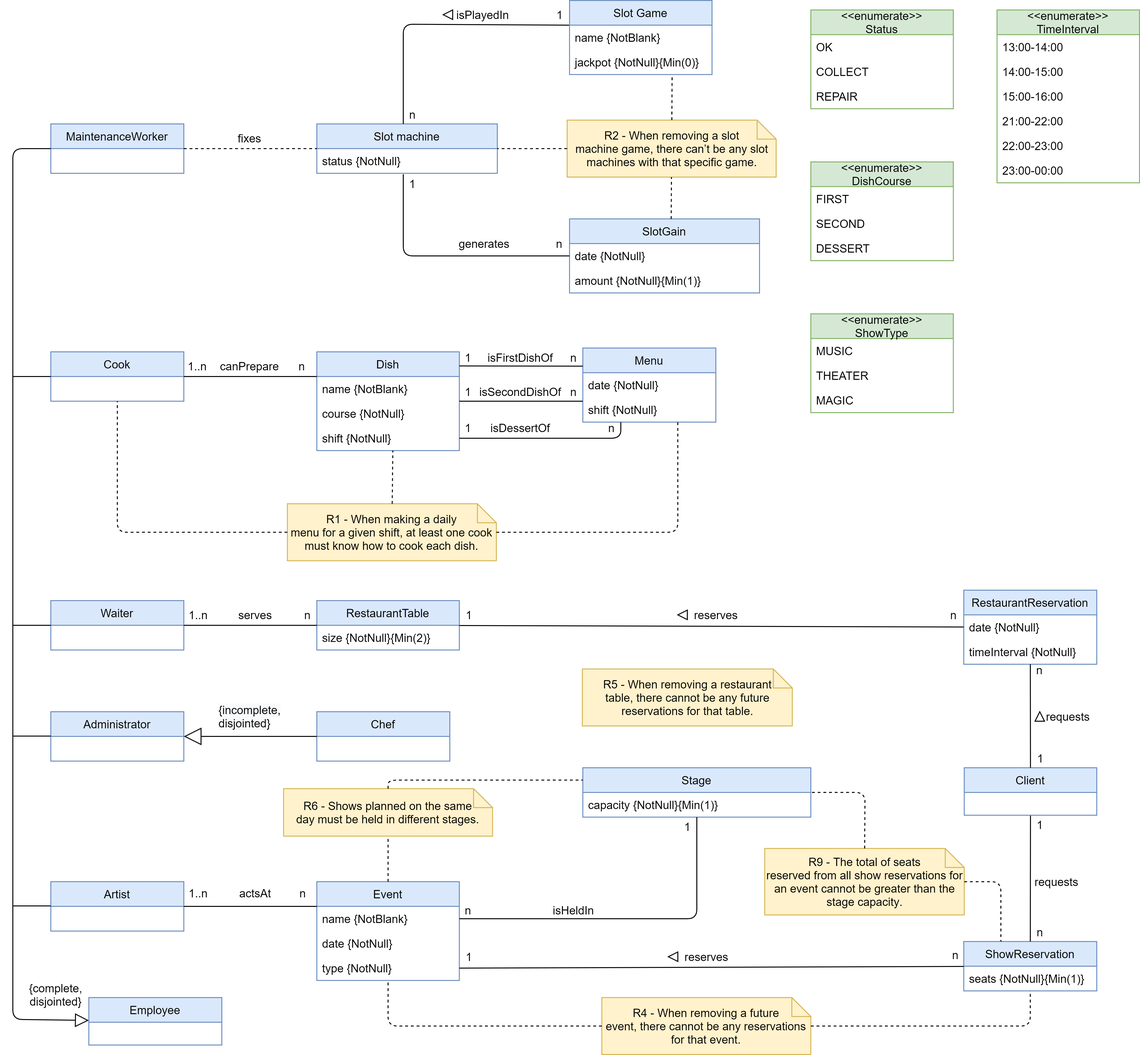
Earlier version of the draw.io export uml/Conceptual Model-V2-Restaurante,Slots,Shows.png (gii-is-DP1/dp1-2020-g1-07). Source tidied: cells renumbered, new cells last; positions are measured from the earlier drawing's top-left corner, leaving out a move shared by most shapes.
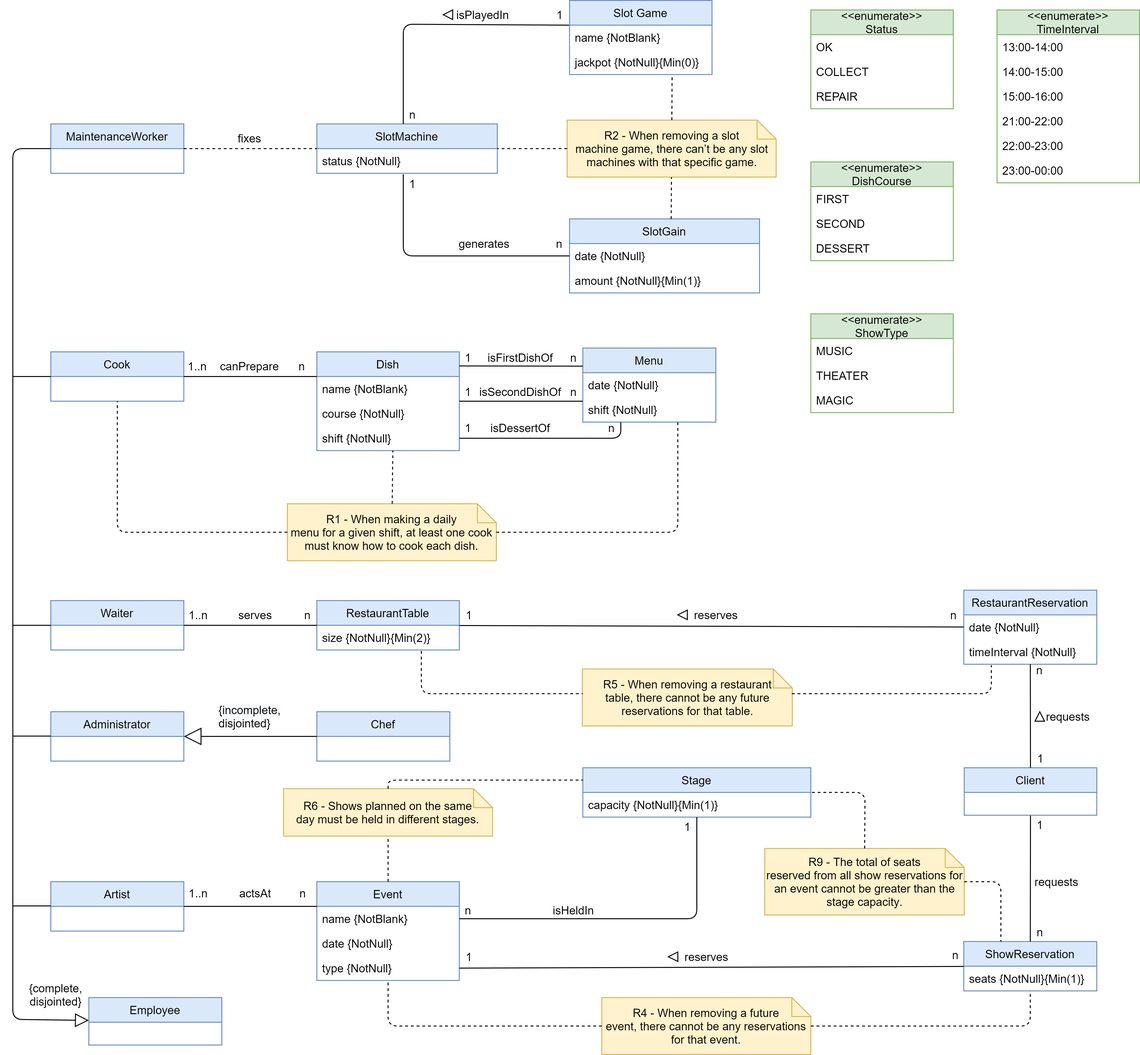
The same file after the commit.

Commit message:
Finished domain model update

What changed in the source:
```diff
@@ -164,7 +164,7 @@
     <mxCell id="53" value="1" style="text;html=1;strokeColor=none;fillColor=none;align=center;verticalAlign=middle;whiteSpace=wrap;rounded=0;" parent="1" vertex="1">
       <mxGeometry x="1071" y="788" width="22" height="20" as="geometry" />
     </mxCell>
-    <mxCell id="54" value="Slot machine" style="swimlane;fontStyle=0;horizontal=1;startSize=26;fillColor=#dae8fc;strokeColor=#6c8ebf;" parent="1" vertex="1">
+    <mxCell id="54" value="SlotMachine" style="swimlane;fontStyle=0;horizontal=1;startSize=26;fillColor=#dae8fc;strokeColor=#6c8ebf;" parent="1" vertex="1">
       <mxGeometry x="320" y="130" width="190" height="52" as="geometry" />
     </mxCell>
     <mxCell id="55" value="status {NotNull}" style="text;strokeColor=none;fillColor=none;align=left;verticalAlign=top;spacingLeft=4;spacingRight=4;overflow=hidden;" parent="54" vertex="1">
@@ -495,5 +495,23 @@
     <mxCell id="140" style="endArrow=none;dashed=1;html=1;" parent="1" edge="1" source="4" target="102">
       <mxGeometry relative="1" as="geometry" />
     </mxCell>
+    <mxCell id="141" style="endArrow=none;dashed=1;html=1;" parent="1" edge="1">
+      <mxGeometry relative="1" as="geometry">
+        <mxPoint x="430" y="685" as="sourcePoint" />
+        <mxPoint x="600" y="730" as="targetPoint" />
+        <Array as="points">
+          <mxPoint x="430" y="730" />
+        </Array>
+      </mxGeometry>
+    </mxCell>
+    <mxCell id="142" style="endArrow=none;dashed=1;html=1;" parent="1" edge="1">
+      <mxGeometry relative="1" as="geometry">
+        <mxPoint x="820" y="730" as="sourcePoint" />
+        <mxPoint x="1030" y="700" as="targetPoint" />
+        <Array as="points">
+          <mxPoint x="1030" y="730" />
+        </Array>
+      </mxGeometry>
+    </mxCell>
   </root>
 </mxGraphModel>
```
